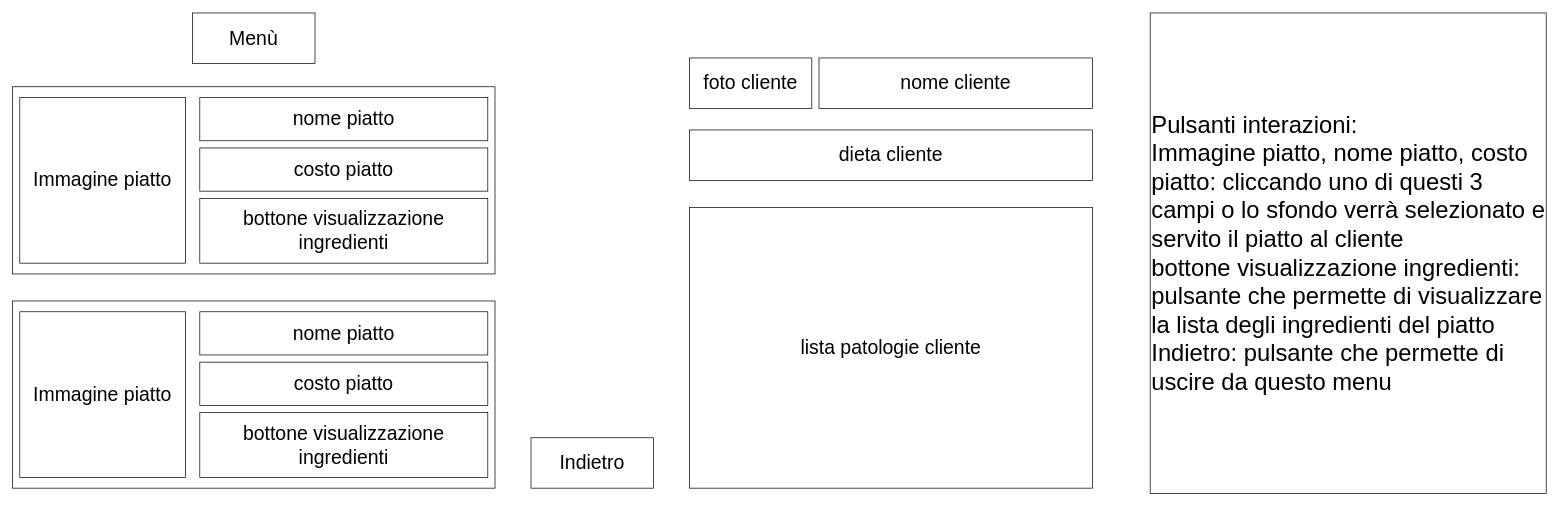
Earlier version of the draw.io diagram doc/Progetti Drawio/StoryBoard/StoryboardInterazioneConCliente.drawio (zSavT/Healthy-Catering). Source tidied: cells renumbered, new cells numbered last; positions are measured from the earlier drawing's top-left corner, leaving out a move shared by most shapes. Both pictures are drawn from the tidied source at 72%, with x=0, y=0 at pixel (12, 12).
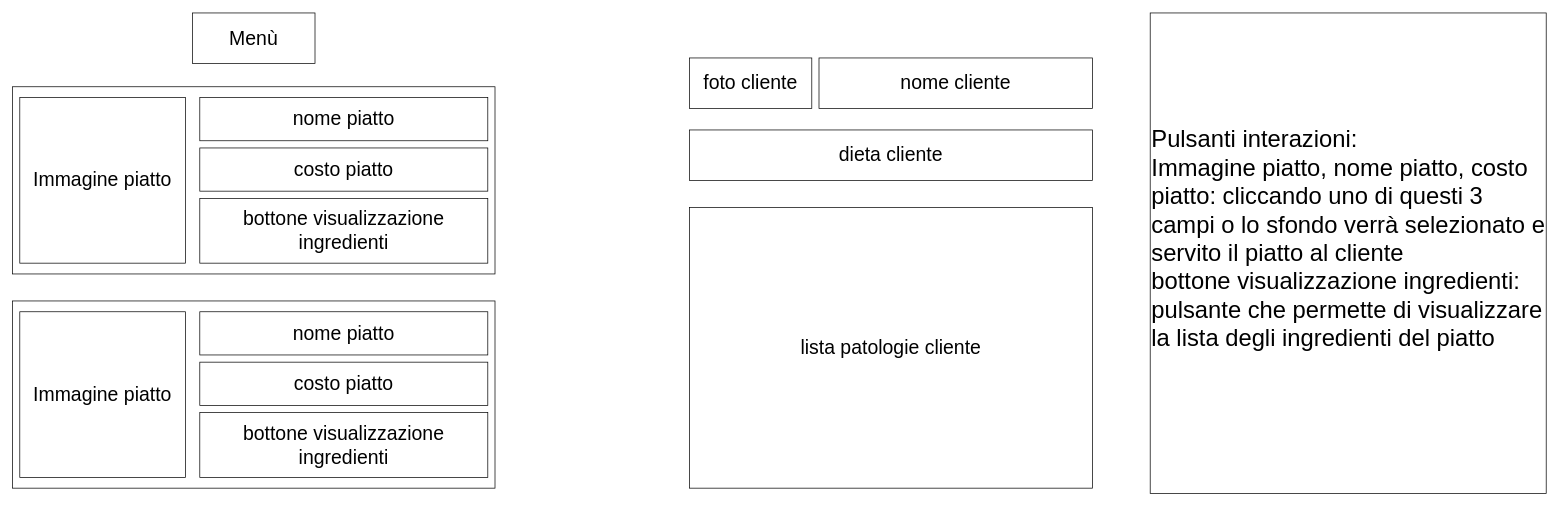
After the change.

Commit message (it also covers changes not shown here):
Aggiornati storyboard interazione cliente, interazione negozio e magazzino

Diff of the diagram source:
```diff
@@
 <mxGraphModel>
   <root>
     <mxCell id="0" />
     <mxCell id="1" parent="0" />
     <mxCell id="2" value="Menù" style="rounded=0;whiteSpace=wrap;html=1;fontSize=27;" parent="1" vertex="1">
       <mxGeometry x="250" y="0.5" width="170" height="70" as="geometry" />
     </mxCell>
-    <mxCell id="3" value="&lt;font style=&quot;font-size: 33px;&quot;&gt;Pulsanti interazioni:&lt;br&gt;Immagine piatto, nome piatto, costo piatto: cliccando uno di questi 3 campi o lo sfondo verrà selezionato e servito il piatto al cliente&lt;br&gt;bottone visualizzazione ingredienti: pulsante che permette di visualizzare la lista degli ingredienti del piatto&lt;br&gt;Indietro: pulsante che permette di uscire da questo menu&lt;br&gt;&lt;/font&gt;" style="rounded=0;whiteSpace=wrap;html=1;fontSize=27;align=left;" parent="1" vertex="1">
+    <mxCell id="3" value="&lt;font style=&quot;font-size: 33px;&quot;&gt;Pulsanti interazioni:&lt;br&gt;Immagine piatto, nome piatto, costo piatto: cliccando uno di questi 3 campi o lo sfondo verrà selezionato e servito il piatto al cliente&lt;br&gt;bottone visualizzazione ingredienti: pulsante che permette di visualizzare la lista degli ingredienti del piatto&lt;br&gt;&lt;br&gt;&lt;/font&gt;" style="rounded=0;whiteSpace=wrap;html=1;fontSize=27;align=left;" parent="1" vertex="1">
       <mxGeometry x="1580" y="0.5" width="550" height="667.5" as="geometry" />
     </mxCell>
     <mxCell id="4" style="whiteSpace=wrap;html=1;" parent="1" vertex="1">
       <mxGeometry y="103" width="670" height="260" as="geometry" />
     </mxCell>
     <mxCell id="5" value="dieta cliente" style="rounded=0;whiteSpace=wrap;html=1;fontSize=27;" parent="1" vertex="1">
       <mxGeometry x="940" y="163" width="560" height="70" as="geometry" />
     </mxCell>
     <mxCell id="6" value="costo piatto" style="rounded=0;whiteSpace=wrap;html=1;fontSize=27;" parent="1" vertex="1">
       <mxGeometry x="260" y="188" width="400" height="60" as="geometry" />
     </mxCell>
     <mxCell id="7" value="bottone visualizzazione ingredienti" style="rounded=0;whiteSpace=wrap;html=1;fontSize=27;" parent="1" vertex="1">
       <mxGeometry x="260" y="258" width="400" height="90" as="geometry" />
     </mxCell>
     <mxCell id="8" value="Immagine piatto" style="rounded=0;whiteSpace=wrap;html=1;fontSize=27;" parent="1" vertex="1">
       <mxGeometry x="10" y="118" width="230" height="230" as="geometry" />
     </mxCell>
     <mxCell id="9" value="nome piatto" style="rounded=0;whiteSpace=wrap;html=1;fontSize=27;" parent="1" vertex="1">
       <mxGeometry x="260" y="118" width="400" height="60" as="geometry" />
     </mxCell>
     <mxCell id="10" style="whiteSpace=wrap;html=1;" parent="1" vertex="1">
       <mxGeometry y="400.5" width="670" height="260" as="geometry" />
     </mxCell>
     <mxCell id="11" value="costo piatto" style="rounded=0;whiteSpace=wrap;html=1;fontSize=27;" parent="1" vertex="1">
       <mxGeometry x="260" y="485.5" width="400" height="60" as="geometry" />
     </mxCell>
     <mxCell id="12" value="bottone visualizzazione ingredienti" style="rounded=0;whiteSpace=wrap;html=1;fontSize=27;" parent="1" vertex="1">
       <mxGeometry x="260" y="555.5" width="400" height="90" as="geometry" />
     </mxCell>
     <mxCell id="13" value="Immagine piatto" style="rounded=0;whiteSpace=wrap;html=1;fontSize=27;" parent="1" vertex="1">
       <mxGeometry x="10" y="415.5" width="230" height="230" as="geometry" />
     </mxCell>
     <mxCell id="14" value="nome piatto" style="rounded=0;whiteSpace=wrap;html=1;fontSize=27;" parent="1" vertex="1">
       <mxGeometry x="260" y="415.5" width="400" height="60" as="geometry" />
     </mxCell>
     <mxCell id="15" value="nome cliente" style="rounded=0;whiteSpace=wrap;html=1;fontSize=27;" parent="1" vertex="1">
       <mxGeometry x="1120" y="63" width="380" height="70" as="geometry" />
     </mxCell>
     <mxCell id="16" value="lista patologie cliente" style="rounded=0;whiteSpace=wrap;html=1;fontSize=27;" parent="1" vertex="1">
       <mxGeometry x="940" y="270.5" width="560" height="390" as="geometry" />
     </mxCell>
     <mxCell id="17" value="foto cliente" style="rounded=0;whiteSpace=wrap;html=1;fontSize=27;" parent="1" vertex="1">
       <mxGeometry x="940" y="63" width="170" height="70" as="geometry" />
     </mxCell>
-    <mxCell id="18" value="Indietro" style="rounded=0;whiteSpace=wrap;html=1;fontSize=27;" parent="1" vertex="1">
-      <mxGeometry x="720" y="590.5" width="170" height="70" as="geometry" />
-    </mxCell>
   </root>
 </mxGraphModel>
```
